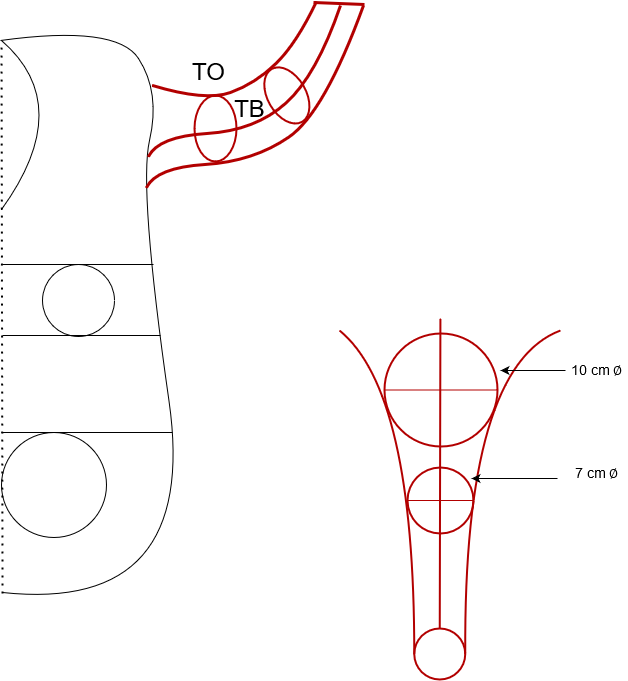
Above: Diagram bez tytułu6.png in adamski83/sklep (draw.io), before the change. Source tidied: cells renumbered, new cells last; positions are measured from the earlier drawing's top-left corner, leaving out a move shared by most shapes.
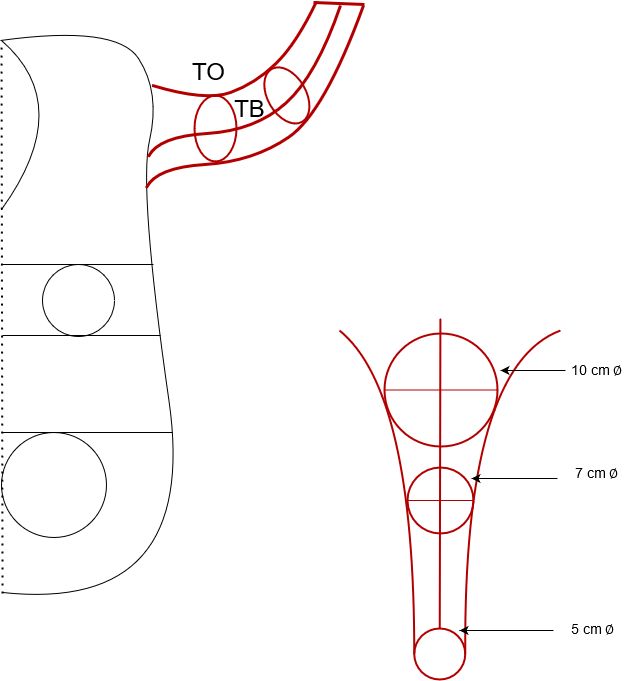
The same file after the commit.

The edit, as a diff of the source:
```diff
@@ -158,5 +158,14 @@
     <mxCell id="29" value="7 cm &lt;span style=&quot;font-family: &amp;#34;arial unicode ms&amp;#34; , &amp;#34;code2000&amp;#34; , &amp;#34;code2001&amp;#34; , &amp;#34;code2002&amp;#34; , &amp;#34;free&amp;#34; serif , &amp;#34;titus cyberbit basic&amp;#34; , &amp;#34;doulos sil&amp;#34; , &amp;#34;chrysanthi unicode&amp;#34; , &amp;#34;bitstream cyberbit&amp;#34; , &amp;#34;bitstream cyberbase&amp;#34; , &amp;#34;thryomanes&amp;#34; , &amp;#34;gentium&amp;#34; , &amp;#34;gentiumalt&amp;#34; , &amp;#34;lucida grande&amp;#34; , &amp;#34;free sans&amp;#34; , &amp;#34;microsoft sans&amp;#34; serif , &amp;#34;lucida sans unicode&amp;#34;&quot;&gt;∅&lt;/span&gt;" style="text;html=1;align=center;verticalAlign=middle;fontSize=14;" parent="1" vertex="1">
       <mxGeometry x="569" y="460" width="54" height="22" as="geometry" />
     </mxCell>
+    <mxCell id="30" style="endArrow=classic;html=1;strokeWidth=1;fontSize=14;" parent="1" edge="1">
+      <mxGeometry relative="1" as="geometry">
+        <mxPoint x="553" y="629" as="sourcePoint" />
+        <mxPoint x="459" y="629" as="targetPoint" />
+      </mxGeometry>
+    </mxCell>
+    <mxCell id="31" value="5 cm &lt;span style=&quot;font-family: &amp;#34;arial unicode ms&amp;#34; , &amp;#34;code2000&amp;#34; , &amp;#34;code2001&amp;#34; , &amp;#34;code2002&amp;#34; , &amp;#34;free&amp;#34; serif , &amp;#34;titus cyberbit basic&amp;#34; , &amp;#34;doulos sil&amp;#34; , &amp;#34;chrysanthi unicode&amp;#34; , &amp;#34;bitstream cyberbit&amp;#34; , &amp;#34;bitstream cyberbase&amp;#34; , &amp;#34;thryomanes&amp;#34; , &amp;#34;gentium&amp;#34; , &amp;#34;gentiumalt&amp;#34; , &amp;#34;lucida grande&amp;#34; , &amp;#34;free sans&amp;#34; , &amp;#34;microsoft sans&amp;#34; serif , &amp;#34;lucida sans unicode&amp;#34;&quot;&gt;∅&lt;/span&gt;" style="text;html=1;align=center;verticalAlign=middle;fontSize=14;" parent="1" vertex="1">
+      <mxGeometry x="565" y="616" width="54" height="22" as="geometry" />
+    </mxCell>
   </root>
 </mxGraphModel>
```
